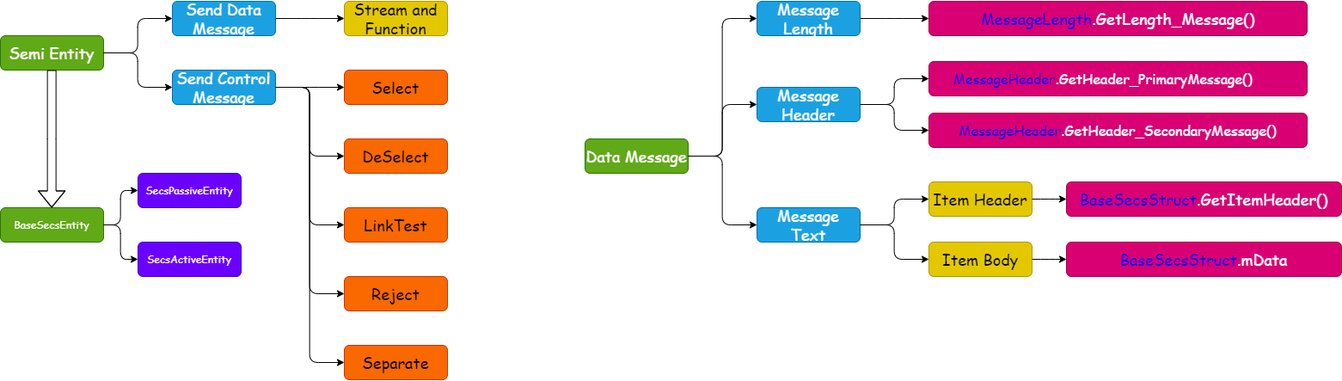
The draw.io diagram SEMI程序设计.png in ZerosZhang/Draft-Record, before a commit. Source tidied: cells renumbered, new cells last; positions are measured from the earlier drawing's top-left corner, leaving out a move shared by most shapes. Its diagram source:
```xml
<mxGraphModel>
  <root>
    <mxCell id="0" />
    <mxCell id="1" parent="0" />
    <mxCell id="2" style="group;" parent="1" vertex="1">
      <mxGeometry x="680" width="880" height="320" as="geometry" />
    </mxCell>
    <mxCell id="3" value="&lt;font color=&quot;#0000ff&quot;&gt;MessageLength&lt;/font&gt;.GetLength_Message()" style="rounded=1;whiteSpace=wrap;html=1;fontFamily=Comic Sans MS;fillColor=#d80073;fontColor=#ffffff;strokeColor=#A50040;fontSize=18;" parent="2" vertex="1">
      <mxGeometry x="400" width="440" height="40" as="geometry" />
    </mxCell>
    <mxCell id="4" style="edgeStyle=elbowEdgeStyle;html=1;" parent="2" edge="1" source="6" target="3">
      <mxGeometry relative="1" as="geometry" />
    </mxCell>
    <mxCell id="5" value="Data Message" style="rounded=1;whiteSpace=wrap;html=1;fontFamily=Comic Sans MS;fillColor=#60a917;fontColor=#ffffff;strokeColor=#2D7600;fontSize=18;" parent="2" vertex="1">
      <mxGeometry y="160" width="120" height="40" as="geometry" />
    </mxCell>
    <mxCell id="6" value="Message Length" style="rounded=1;whiteSpace=wrap;html=1;fontFamily=Comic Sans MS;fillColor=#1ba1e2;fontColor=#ffffff;strokeColor=#006EAF;fontSize=18;" parent="2" vertex="1">
      <mxGeometry x="200" width="120" height="40" as="geometry" />
    </mxCell>
    <mxCell id="7" style="edgeStyle=elbowEdgeStyle;html=1;exitX=1;exitY=0.5;exitDx=0;exitDy=0;entryX=0;entryY=0.5;entryDx=0;entryDy=0;fontFamily=Comic Sans MS;fontSize=18;fontColor=default;" parent="2" edge="1" source="5" target="6">
      <mxGeometry relative="1" as="geometry" />
    </mxCell>
    <mxCell id="8" value="Message Header" style="rounded=1;whiteSpace=wrap;html=1;fontFamily=Comic Sans MS;fillColor=#1ba1e2;fontColor=#ffffff;strokeColor=#006EAF;fontSize=18;" parent="2" vertex="1">
      <mxGeometry x="200" y="100" width="120" height="40" as="geometry" />
    </mxCell>
    <mxCell id="9" style="edgeStyle=elbowEdgeStyle;html=1;entryX=0;entryY=0.5;entryDx=0;entryDy=0;fontFamily=Comic Sans MS;fontSize=18;fontColor=default;exitX=1;exitY=0.5;exitDx=0;exitDy=0;" parent="2" edge="1" source="5" target="8">
      <mxGeometry relative="1" as="geometry" />
    </mxCell>
    <mxCell id="10" value="Message Text" style="rounded=1;whiteSpace=wrap;html=1;fontFamily=Comic Sans MS;fillColor=#1ba1e2;fontColor=#ffffff;strokeColor=#006EAF;fontSize=18;" parent="2" vertex="1">
      <mxGeometry x="200" y="240" width="120" height="40" as="geometry" />
    </mxCell>
    <mxCell id="11" style="edgeStyle=elbowEdgeStyle;html=1;exitX=1;exitY=0.5;exitDx=0;exitDy=0;entryX=0;entryY=0.5;entryDx=0;entryDy=0;fontFamily=Comic Sans MS;fontSize=18;fontColor=default;" parent="2" edge="1" source="5" target="10">
      <mxGeometry relative="1" as="geometry" />
    </mxCell>
    <mxCell id="12" value="Item Header" style="rounded=1;whiteSpace=wrap;html=1;fontFamily=Comic Sans MS;fillColor=#e3c800;fontColor=#000000;strokeColor=#B09500;fontSize=18;" parent="2" vertex="1">
      <mxGeometry x="400" y="210" width="120" height="40" as="geometry" />
    </mxCell>
    <mxCell id="13" style="edgeStyle=elbowEdgeStyle;html=1;fontFamily=Comic Sans MS;fontSize=18;fontColor=default;" parent="2" edge="1" source="10" target="12">
      <mxGeometry relative="1" as="geometry" />
    </mxCell>
    <mxCell id="14" value="Item Body" style="rounded=1;whiteSpace=wrap;html=1;fontFamily=Comic Sans MS;fillColor=#e3c800;fontColor=#000000;strokeColor=#B09500;fontSize=18;" parent="2" vertex="1">
      <mxGeometry x="400" y="280" width="120" height="40" as="geometry" />
    </mxCell>
    <mxCell id="15" style="edgeStyle=elbowEdgeStyle;html=1;exitX=1;exitY=0.5;exitDx=0;exitDy=0;fontFamily=Comic Sans MS;fontSize=18;fontColor=default;" parent="2" edge="1" source="10" target="14">
      <mxGeometry relative="1" as="geometry" />
    </mxCell>
    <mxCell id="16" value="&lt;font color=&quot;#0000ff&quot;&gt;MessageHeader&lt;/font&gt;.GetHeader_PrimaryMessage()&lt;span style=&quot;white-space: pre;&quot;&gt;&#9;&lt;/span&gt;" style="rounded=1;whiteSpace=wrap;html=1;fontFamily=Comic Sans MS;fillColor=#d80073;fontColor=#ffffff;strokeColor=#A50040;fontSize=16;" parent="2" vertex="1">
      <mxGeometry x="400" y="70" width="440" height="40" as="geometry" />
    </mxCell>
    <mxCell id="17" style="edgeStyle=elbowEdgeStyle;html=1;entryX=0;entryY=0.5;entryDx=0;entryDy=0;" parent="2" edge="1" source="8" target="16">
      <mxGeometry relative="1" as="geometry" />
    </mxCell>
    <mxCell id="18" value="&lt;font color=&quot;#0000ff&quot;&gt;MessageHeader&lt;/font&gt;.GetHeader_SecondaryMessage()" style="rounded=1;whiteSpace=wrap;html=1;fontFamily=Comic Sans MS;fillColor=#d80073;fontColor=#ffffff;strokeColor=#A50040;fontSize=16;" parent="2" vertex="1">
      <mxGeometry x="400" y="130" width="440" height="40" as="geometry" />
    </mxCell>
    <mxCell id="19" value="&lt;font color=&quot;#0000ff&quot;&gt;BaseSecsStruct&lt;/font&gt;.GetItemHeader()" style="rounded=1;whiteSpace=wrap;html=1;fontFamily=Comic Sans MS;fillColor=#d80073;fontColor=#ffffff;strokeColor=#A50040;fontSize=18;" parent="2" vertex="1">
      <mxGeometry x="560" y="210" width="320" height="40" as="geometry" />
    </mxCell>
    <mxCell id="20" value="&lt;font color=&quot;#0000ff&quot;&gt;BaseSecsStruct&lt;/font&gt;.mData" style="rounded=1;whiteSpace=wrap;html=1;fontFamily=Comic Sans MS;fillColor=#d80073;fontColor=#ffffff;strokeColor=#A50040;fontSize=18;" parent="2" vertex="1">
      <mxGeometry x="560" y="280" width="320" height="40" as="geometry" />
    </mxCell>
    <mxCell id="21" style="edgeStyle=elbowEdgeStyle;html=1;entryX=0;entryY=0.5;entryDx=0;entryDy=0;" parent="2" edge="1" source="8" target="18">
      <mxGeometry relative="1" as="geometry" />
    </mxCell>
    <mxCell id="22" style="edgeStyle=elbowEdgeStyle;html=1;fontColor=#0000FF;" parent="2" edge="1" source="12" target="19">
      <mxGeometry relative="1" as="geometry" />
    </mxCell>
    <mxCell id="23" style="edgeStyle=elbowEdgeStyle;html=1;fontColor=#0000FF;" parent="2" edge="1" source="14" target="20">
      <mxGeometry relative="1" as="geometry" />
    </mxCell>
    <mxCell id="24" style="group;" parent="1" vertex="1">
      <mxGeometry width="520" height="440" as="geometry" />
    </mxCell>
    <mxCell id="25" value="Semi Entity" style="rounded=1;whiteSpace=wrap;html=1;fontFamily=Comic Sans MS;fillColor=#60a917;fontColor=#ffffff;strokeColor=#2D7600;fontSize=18;" parent="24" vertex="1">
      <mxGeometry y="40" width="120" height="40" as="geometry" />
    </mxCell>
    <mxCell id="26" value="Send Data Message" style="rounded=1;whiteSpace=wrap;html=1;fontFamily=Comic Sans MS;fillColor=#1ba1e2;fontColor=#ffffff;strokeColor=#006EAF;fontSize=18;" parent="24" vertex="1">
      <mxGeometry x="200" width="120" height="40" as="geometry" />
    </mxCell>
    <mxCell id="27" style="edgeStyle=elbowEdgeStyle;html=1;fontFamily=Comic Sans MS;fontSize=18;fontColor=default;rounded=1;" parent="24" edge="1" source="25" target="26">
      <mxGeometry relative="1" as="geometry" />
    </mxCell>
    <mxCell id="28" value="Send Control Message" style="rounded=1;whiteSpace=wrap;html=1;fontFamily=Comic Sans MS;fillColor=#1ba1e2;fontColor=#ffffff;strokeColor=#006EAF;fontSize=18;" parent="24" vertex="1">
      <mxGeometry x="200" y="80" width="120" height="40" as="geometry" />
    </mxCell>
    <mxCell id="29" style="edgeStyle=elbowEdgeStyle;html=1;fontFamily=Comic Sans MS;fontSize=18;fontColor=default;rounded=1;" parent="24" edge="1" source="25" target="28">
      <mxGeometry relative="1" as="geometry" />
    </mxCell>
    <mxCell id="30" value="Select" style="rounded=1;whiteSpace=wrap;html=1;fontFamily=Comic Sans MS;strokeColor=#C73500;fontSize=18;fontColor=#000000;fillColor=#fa6800;" parent="24" vertex="1">
      <mxGeometry x="400" y="80" width="120" height="40" as="geometry" />
    </mxCell>
    <mxCell id="31" style="edgeStyle=elbowEdgeStyle;html=1;fontFamily=Comic Sans MS;fontSize=18;fontColor=default;rounded=1;" parent="24" edge="1" source="28" target="30">
      <mxGeometry relative="1" as="geometry" />
    </mxCell>
    <mxCell id="32" value="DeSelect" style="rounded=1;whiteSpace=wrap;html=1;fontFamily=Comic Sans MS;strokeColor=#C73500;fontSize=18;fontColor=#000000;fillColor=#fa6800;" parent="24" vertex="1">
      <mxGeometry x="400" y="160" width="120" height="40" as="geometry" />
    </mxCell>
    <mxCell id="33" style="edgeStyle=elbowEdgeStyle;html=1;fontFamily=Comic Sans MS;fontSize=18;fontColor=default;rounded=1;" parent="24" edge="1" source="28" target="32">
      <mxGeometry relative="1" as="geometry" />
    </mxCell>
    <mxCell id="34" value="LinkTest" style="rounded=1;whiteSpace=wrap;html=1;fontFamily=Comic Sans MS;strokeColor=#C73500;fontSize=18;fontColor=#000000;fillColor=#fa6800;" parent="24" vertex="1">
      <mxGeometry x="400" y="240" width="120" height="40" as="geometry" />
    </mxCell>
    <mxCell id="35" style="edgeStyle=elbowEdgeStyle;html=1;fontFamily=Comic Sans MS;fontSize=18;fontColor=default;rounded=1;" parent="24" edge="1" source="28" target="34">
      <mxGeometry relative="1" as="geometry" />
    </mxCell>
    <mxCell id="36" value="Reject" style="rounded=1;whiteSpace=wrap;html=1;fontFamily=Comic Sans MS;strokeColor=#C73500;fontSize=18;fontColor=#000000;fillColor=#fa6800;" parent="24" vertex="1">
      <mxGeometry x="400" y="320" width="120" height="40" as="geometry" />
    </mxCell>
    <mxCell id="37" style="edgeStyle=elbowEdgeStyle;html=1;fontFamily=Comic Sans MS;fontSize=18;fontColor=default;rounded=1;" parent="24" edge="1" source="28" target="36">
      <mxGeometry relative="1" as="geometry" />
    </mxCell>
    <mxCell id="38" value="Separate" style="rounded=1;whiteSpace=wrap;html=1;fontFamily=Comic Sans MS;strokeColor=#C73500;fontSize=18;fontColor=#000000;fillColor=#fa6800;" parent="24" vertex="1">
      <mxGeometry x="400" y="400" width="120" height="40" as="geometry" />
    </mxCell>
    <mxCell id="39" style="edgeStyle=elbowEdgeStyle;html=1;fontFamily=Comic Sans MS;fontSize=18;fontColor=default;rounded=1;" parent="24" edge="1" source="28" target="38">
      <mxGeometry relative="1" as="geometry" />
    </mxCell>
    <mxCell id="40" value="Stream and Function" style="rounded=1;whiteSpace=wrap;html=1;fontFamily=Comic Sans MS;fillColor=#e3c800;fontColor=#000000;strokeColor=#B09500;fontSize=18;" parent="24" vertex="1">
      <mxGeometry x="400" width="120" height="40" as="geometry" />
    </mxCell>
    <mxCell id="41" style="edgeStyle=elbowEdgeStyle;html=1;fontFamily=Comic Sans MS;fontSize=18;fontColor=default;rounded=1;" parent="24" edge="1" source="26" target="40">
      <mxGeometry relative="1" as="geometry" />
    </mxCell>
    <mxCell id="42" value="BaseSecsEntity" style="rounded=1;whiteSpace=wrap;html=1;fontFamily=Comic Sans MS;fillColor=#60a917;fontColor=#ffffff;strokeColor=#2D7600;" parent="24" vertex="1">
      <mxGeometry y="240" width="120" height="40" as="geometry" />
    </mxCell>
    <mxCell id="43" style="edgeStyle=elbowEdgeStyle;html=1;shape=flexArrow;" parent="24" edge="1" source="25" target="42">
      <mxGeometry relative="1" as="geometry" />
    </mxCell>
    <mxCell id="44" value="SecsPassiveEntity" style="rounded=1;whiteSpace=wrap;html=1;fontFamily=Comic Sans MS;fillColor=#6a00ff;fontColor=#ffffff;strokeColor=#3700CC;" parent="24" vertex="1">
      <mxGeometry x="160" y="200" width="120" height="40" as="geometry" />
    </mxCell>
    <mxCell id="45" style="edgeStyle=elbowEdgeStyle;html=1;" parent="24" edge="1" source="42" target="44">
      <mxGeometry relative="1" as="geometry" />
    </mxCell>
    <mxCell id="46" value="SecsActiveEntity" style="rounded=1;whiteSpace=wrap;html=1;fontFamily=Comic Sans MS;fillColor=#6a00ff;fontColor=#ffffff;strokeColor=#3700CC;" parent="24" vertex="1">
      <mxGeometry x="160" y="280" width="120" height="40" as="geometry" />
    </mxCell>
    <mxCell id="47" style="edgeStyle=elbowEdgeStyle;html=1;" parent="24" edge="1" source="42" target="46">
      <mxGeometry relative="1" as="geometry" />
    </mxCell>
  </root>
</mxGraphModel>
```
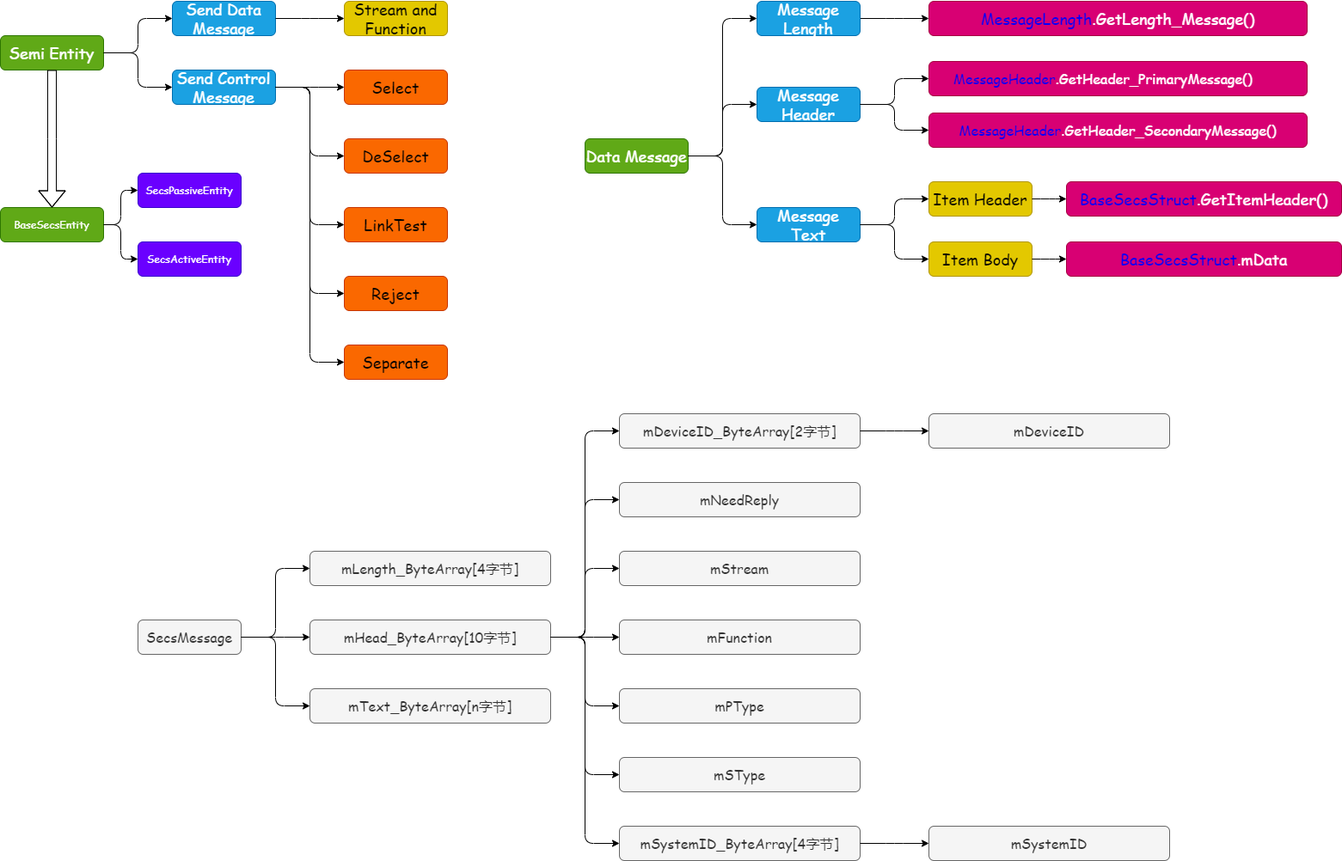
The same file after the commit.

What changed in the source:
```diff
@@ -140,5 +140,83 @@
     <mxCell id="47" style="edgeStyle=elbowEdgeStyle;html=1;" parent="24" edge="1" source="42" target="46">
       <mxGeometry relative="1" as="geometry" />
     </mxCell>
+    <mxCell id="48" style="group;" parent="1" vertex="1">
+      <mxGeometry x="160" y="480" width="1200" height="520" as="geometry" />
+    </mxCell>
+    <mxCell id="49" value="SecsMessage" style="rounded=1;whiteSpace=wrap;html=1;fontFamily=Comic Sans MS;fillColor=#f5f5f5;fontColor=#333333;strokeColor=#666666;fontSize=16;" parent="48" vertex="1">
+      <mxGeometry y="240" width="120" height="40" as="geometry" />
+    </mxCell>
+    <mxCell id="50" value="mLength_ByteArray[4字节]" style="rounded=1;whiteSpace=wrap;html=1;fontFamily=Comic Sans MS;fillColor=#f5f5f5;fontColor=#333333;strokeColor=#666666;fontSize=16;" parent="48" vertex="1">
+      <mxGeometry x="200" y="160" width="280" height="40" as="geometry" />
+    </mxCell>
+    <mxCell id="51" style="edgeStyle=elbowEdgeStyle;html=1;" parent="48" edge="1" source="49" target="50">
+      <mxGeometry relative="1" as="geometry" />
+    </mxCell>
+    <mxCell id="52" value="mHead_ByteArray[10字节]" style="rounded=1;whiteSpace=wrap;html=1;fontFamily=Comic Sans MS;fillColor=#f5f5f5;fontColor=#333333;strokeColor=#666666;fontSize=16;" parent="48" vertex="1">
+      <mxGeometry x="200" y="240" width="280" height="40" as="geometry" />
+    </mxCell>
+    <mxCell id="53" style="edgeStyle=elbowEdgeStyle;html=1;" parent="48" edge="1" source="49" target="52">
+      <mxGeometry relative="1" as="geometry" />
+    </mxCell>
+    <mxCell id="54" value="mText_ByteArray[n字节]" style="rounded=1;whiteSpace=wrap;html=1;fontFamily=Comic Sans MS;fillColor=#f5f5f5;fontColor=#333333;strokeColor=#666666;fontSize=16;" parent="48" vertex="1">
+      <mxGeometry x="200" y="320" width="280" height="40" as="geometry" />
+    </mxCell>
+    <mxCell id="55" style="edgeStyle=elbowEdgeStyle;html=1;" parent="48" edge="1" source="49" target="54">
+      <mxGeometry relative="1" as="geometry" />
+    </mxCell>
+    <mxCell id="56" value="mDeviceID_ByteArray[2字节]" style="rounded=1;whiteSpace=wrap;html=1;fontFamily=Comic Sans MS;fillColor=#f5f5f5;fontColor=#333333;strokeColor=#666666;fontSize=16;" parent="48" vertex="1">
+      <mxGeometry x="560" width="280" height="40" as="geometry" />
+    </mxCell>
+    <mxCell id="57" style="edgeStyle=elbowEdgeStyle;html=1;" parent="48" edge="1" source="52" target="56">
+      <mxGeometry relative="1" as="geometry" />
+    </mxCell>
+    <mxCell id="58" value="mSystemID_ByteArray[4字节]" style="rounded=1;whiteSpace=wrap;html=1;fontFamily=Comic Sans MS;fillColor=#f5f5f5;fontColor=#333333;strokeColor=#666666;fontSize=16;" parent="48" vertex="1">
+      <mxGeometry x="560" y="480" width="280" height="40" as="geometry" />
+    </mxCell>
+    <mxCell id="59" style="edgeStyle=elbowEdgeStyle;html=1;entryX=0;entryY=0.5;entryDx=0;entryDy=0;" parent="48" edge="1" source="52" target="58">
+      <mxGeometry relative="1" as="geometry" />
+    </mxCell>
+    <mxCell id="60" value="mNeedReply" style="rounded=1;whiteSpace=wrap;html=1;fontFamily=Comic Sans MS;fillColor=#f5f5f5;fontColor=#333333;strokeColor=#666666;fontSize=16;" parent="48" vertex="1">
+      <mxGeometry x="560" y="80" width="280" height="40" as="geometry" />
+    </mxCell>
+    <mxCell id="61" style="edgeStyle=elbowEdgeStyle;html=1;entryX=0;entryY=0.5;entryDx=0;entryDy=0;" parent="48" edge="1" source="52" target="60">
+      <mxGeometry relative="1" as="geometry" />
+    </mxCell>
+    <mxCell id="62" value="mStream" style="rounded=1;whiteSpace=wrap;html=1;fontFamily=Comic Sans MS;fillColor=#f5f5f5;fontColor=#333333;strokeColor=#666666;fontSize=16;" parent="48" vertex="1">
+      <mxGeometry x="560" y="160" width="280" height="40" as="geometry" />
+    </mxCell>
+    <mxCell id="63" style="edgeStyle=elbowEdgeStyle;html=1;entryX=0;entryY=0.5;entryDx=0;entryDy=0;" parent="48" edge="1" source="52" target="62">
+      <mxGeometry relative="1" as="geometry" />
+    </mxCell>
+    <mxCell id="64" value="mFunction" style="rounded=1;whiteSpace=wrap;html=1;fontFamily=Comic Sans MS;fillColor=#f5f5f5;fontColor=#333333;strokeColor=#666666;fontSize=16;" parent="48" vertex="1">
+      <mxGeometry x="560" y="240" width="280" height="40" as="geometry" />
+    </mxCell>
+    <mxCell id="65" style="edgeStyle=elbowEdgeStyle;html=1;" parent="48" edge="1" source="52" target="64">
+      <mxGeometry relative="1" as="geometry" />
+    </mxCell>
+    <mxCell id="66" value="mPType" style="rounded=1;whiteSpace=wrap;html=1;fontFamily=Comic Sans MS;fillColor=#f5f5f5;fontColor=#333333;strokeColor=#666666;fontSize=16;" parent="48" vertex="1">
+      <mxGeometry x="560" y="320" width="280" height="40" as="geometry" />
+    </mxCell>
+    <mxCell id="67" style="edgeStyle=elbowEdgeStyle;html=1;" parent="48" edge="1" source="52" target="66">
+      <mxGeometry relative="1" as="geometry" />
+    </mxCell>
+    <mxCell id="68" value="mSType" style="rounded=1;whiteSpace=wrap;html=1;fontFamily=Comic Sans MS;fillColor=#f5f5f5;fontColor=#333333;strokeColor=#666666;fontSize=16;" parent="48" vertex="1">
+      <mxGeometry x="560" y="400" width="280" height="40" as="geometry" />
+    </mxCell>
+    <mxCell id="69" style="edgeStyle=elbowEdgeStyle;html=1;" parent="48" edge="1" source="52" target="68">
+      <mxGeometry relative="1" as="geometry" />
+    </mxCell>
+    <mxCell id="70" value="mDeviceID" style="rounded=1;whiteSpace=wrap;html=1;fontFamily=Comic Sans MS;fillColor=#f5f5f5;fontColor=#333333;strokeColor=#666666;fontSize=16;" parent="48" vertex="1">
+      <mxGeometry x="920" width="280" height="40" as="geometry" />
+    </mxCell>
+    <mxCell id="71" style="edgeStyle=elbowEdgeStyle;html=1;" parent="48" edge="1" source="56" target="70">
+      <mxGeometry relative="1" as="geometry" />
+    </mxCell>
+    <mxCell id="72" value="mSystemID" style="rounded=1;whiteSpace=wrap;html=1;fontFamily=Comic Sans MS;fillColor=#f5f5f5;fontColor=#333333;strokeColor=#666666;fontSize=16;" parent="48" vertex="1">
+      <mxGeometry x="920" y="480" width="280" height="40" as="geometry" />
+    </mxCell>
+    <mxCell id="73" style="edgeStyle=elbowEdgeStyle;html=1;" parent="48" edge="1" source="58" target="72">
+      <mxGeometry relative="1" as="geometry" />
+    </mxCell>
   </root>
 </mxGraphModel>
```
